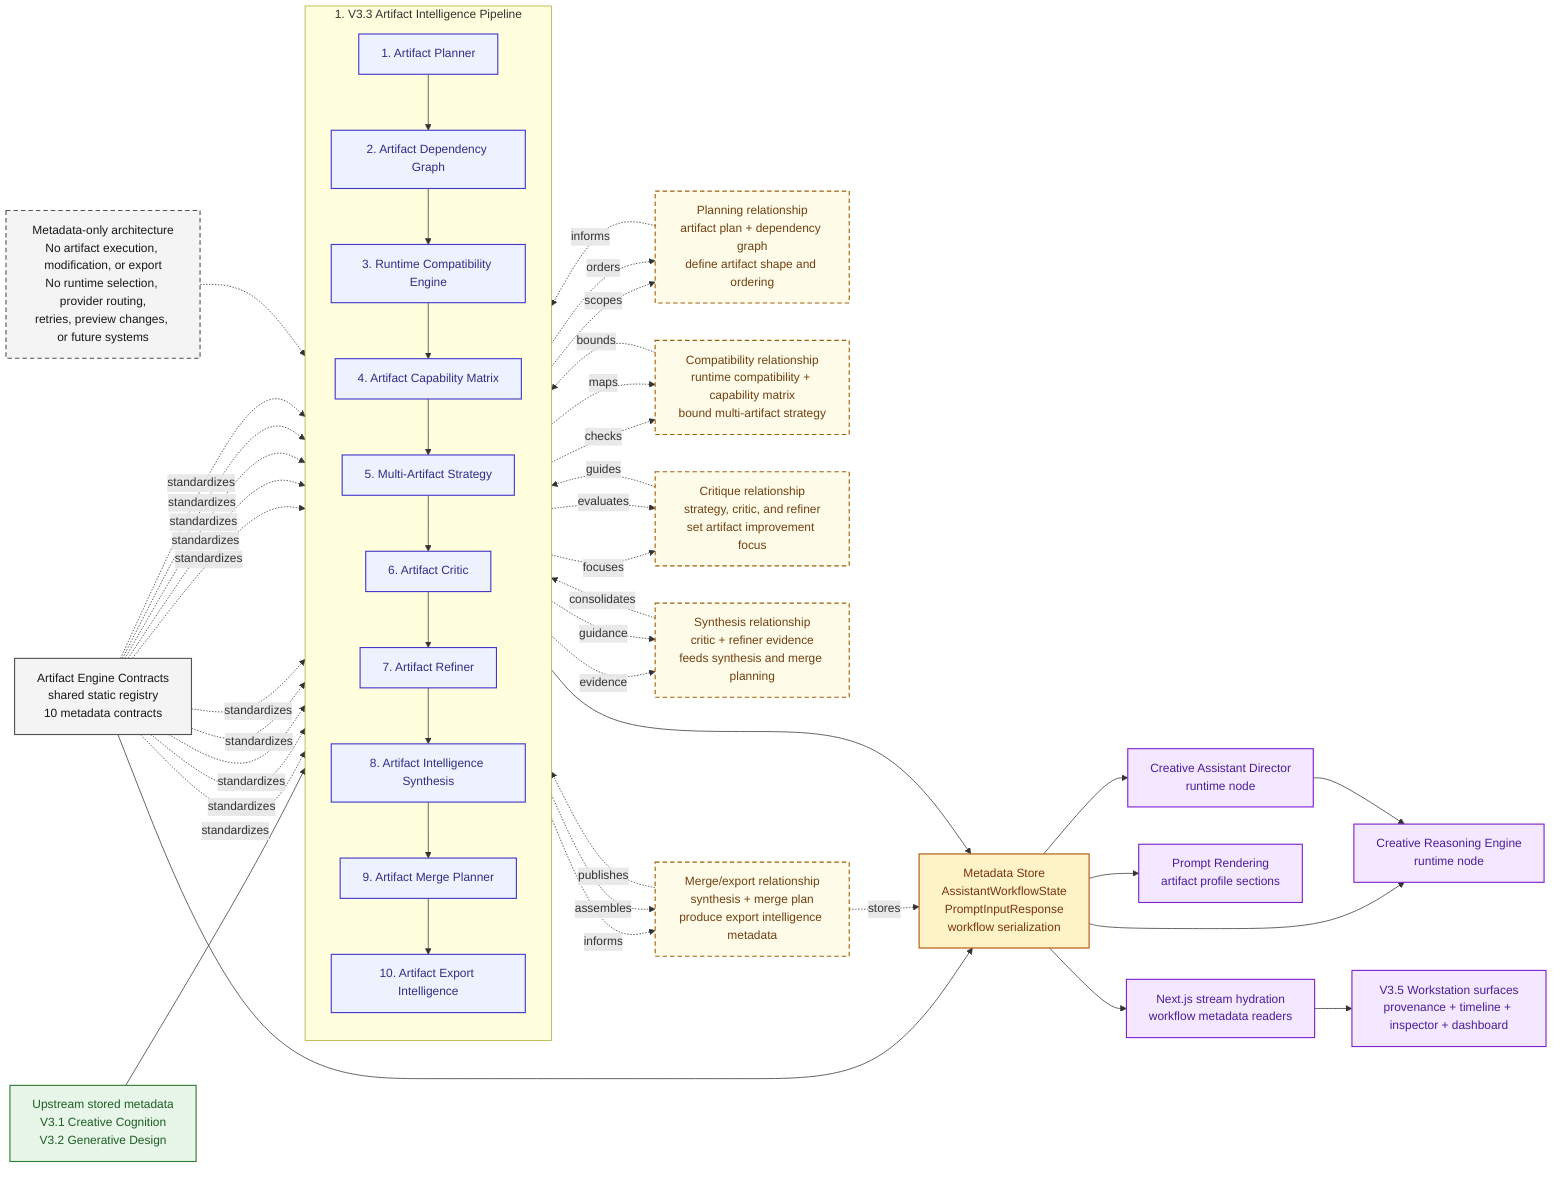
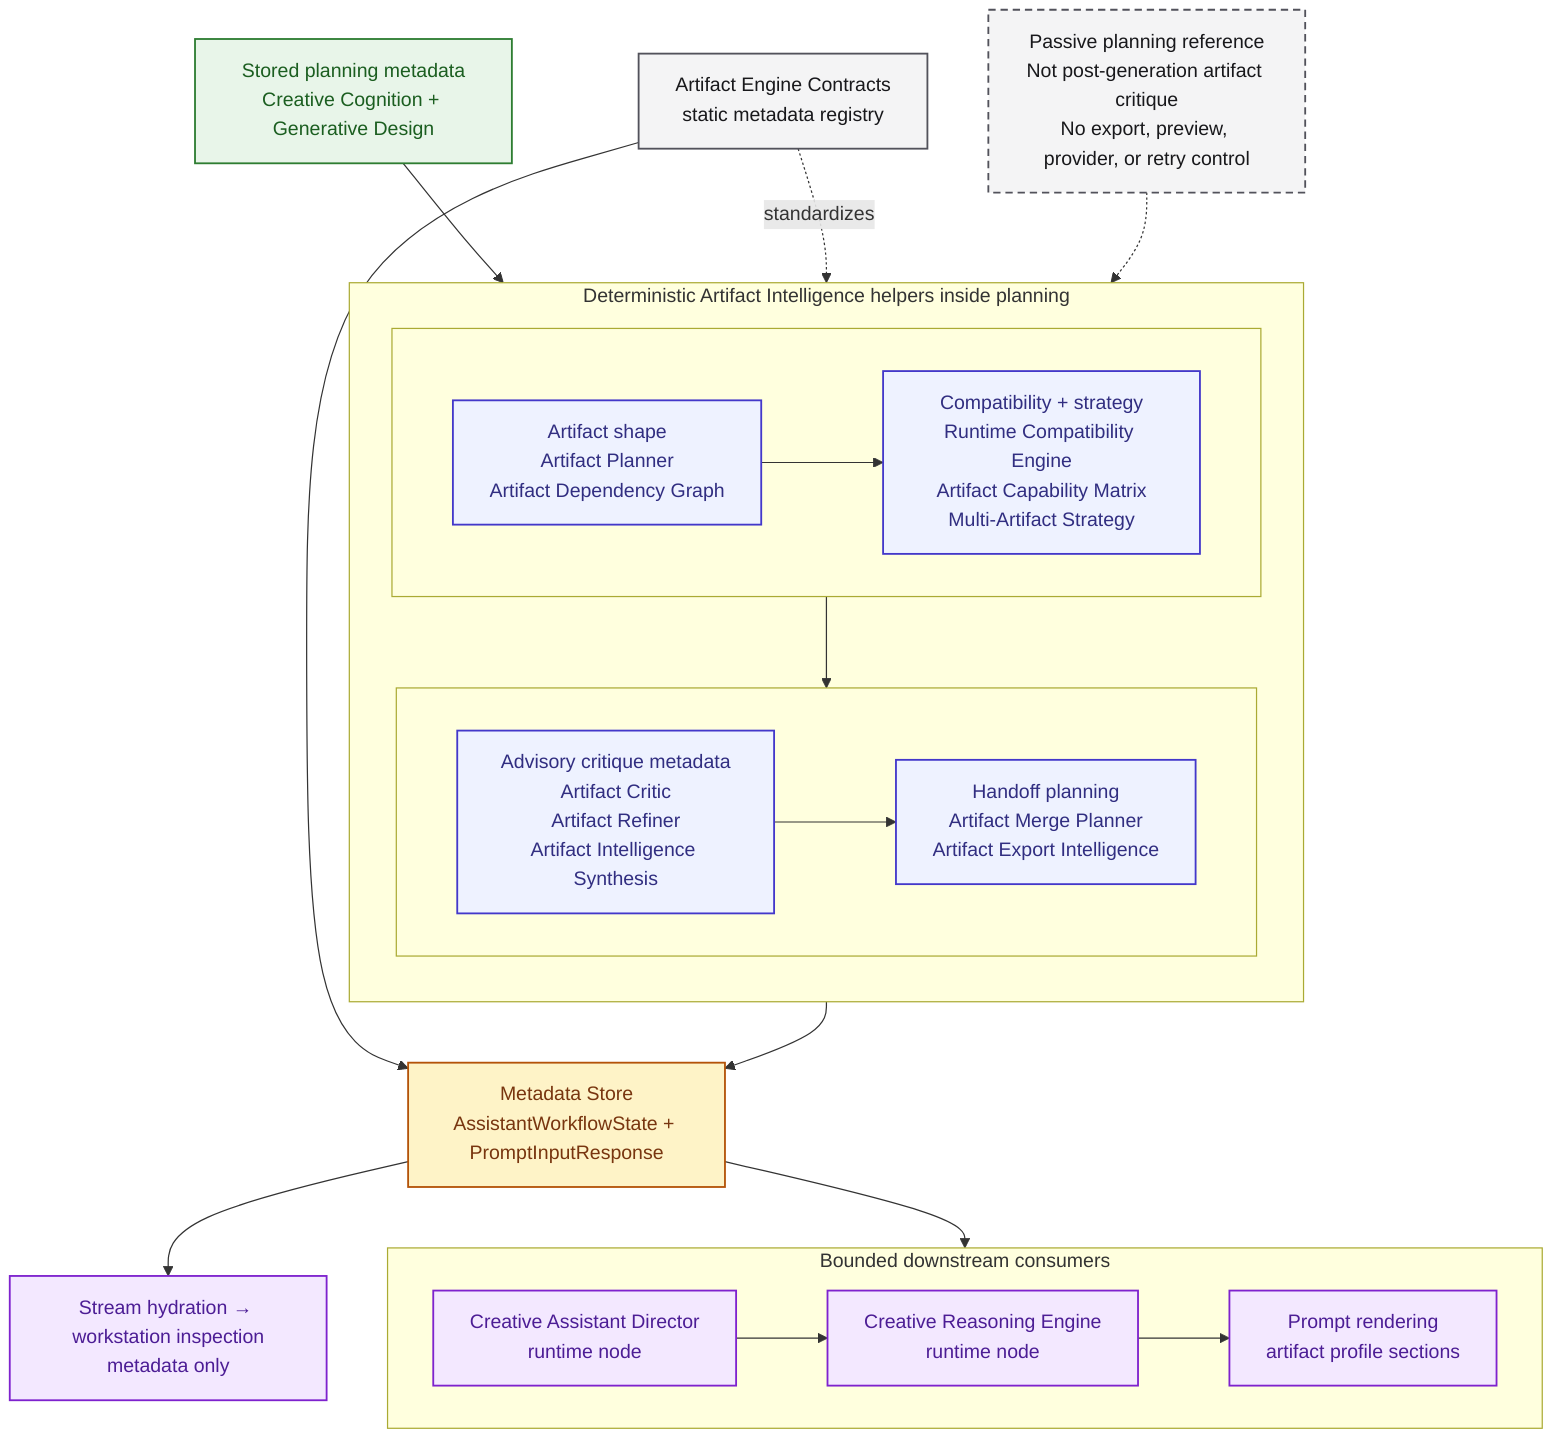
- flowchart LR
-     %% Class palette
+ flowchart TB
    classDef upstream fill:#E8F5E9,stroke:#2E7D32,color:#1B5E20,stroke-width:1.5px;
    classDef artifact fill:#EEF2FF,stroke:#4338CA,color:#312E81,stroke-width:1.5px;
    classDef contract fill:#F4F4F5,stroke:#52525B,color:#18181B,stroke-width:1.5px;
    classDef store fill:#FEF3C7,stroke:#B45309,color:#78350F,stroke-width:1.5px;
    classDef consumer fill:#F3E8FF,stroke:#7E22CE,color:#4C1D95,stroke-width:1.5px;
    classDef note fill:#F4F4F5,stroke:#52525B,color:#18181B,stroke-width:1.5px,stroke-dasharray: 6 4;
-     classDef relationship fill:#FEFCE8,stroke:#A16207,color:#713F12,stroke-width:1.5px,stroke-dasharray: 6 4;

-     upstream["Upstream stored metadata<br/>V3.1 Creative Cognition<br/>V3.2 Generative Design"]:::upstream
+     upstream["Stored planning metadata<br/>Creative Cognition + Generative Design"]:::upstream

-     %% Artifact intelligence pipeline
-     subgraph artifact_stack["1. V3.3 Artifact Intelligence Pipeline"]
+     subgraph artifact_stack["Deterministic Artifact Intelligence helpers inside planning"]
        direction TB
-         planner["1. Artifact Planner"]:::artifact
-         dependency["2. Artifact Dependency Graph"]:::artifact
-         runtime["3. Runtime Compatibility Engine"]:::artifact
-         capability["4. Artifact Capability Matrix"]:::artifact
-         strategy["5. Multi-Artifact Strategy"]:::artifact
-         critic["6. Artifact Critic"]:::artifact
-         refiner["7. Artifact Refiner"]:::artifact
-         synthesis["8. Artifact Intelligence Synthesis"]:::artifact
-         merge["9. Artifact Merge Planner"]:::artifact
-         export["10. Artifact Export Intelligence"]:::artifact
+         subgraph planning_row[" "]
+             direction LR
+             shape["Artifact shape<br/>Artifact Planner<br/>Artifact Dependency Graph"]:::artifact
+             fit["Compatibility + strategy<br/>Runtime Compatibility Engine<br/>Artifact Capability Matrix<br/>Multi-Artifact Strategy"]:::artifact
+         end
+         subgraph guidance_row[" "]
+             direction LR
+             guidance["Advisory critique metadata<br/>Artifact Critic<br/>Artifact Refiner<br/>Artifact Intelligence Synthesis"]:::artifact
+             handoff["Handoff planning<br/>Artifact Merge Planner<br/>Artifact Export Intelligence"]:::artifact
+         end
    end

-     %% Shared contracts and consumers
-     contracts["Artifact Engine Contracts<br/>shared static registry<br/>10 metadata contracts"]:::contract
-     store["Metadata Store<br/>AssistantWorkflowState<br/>PromptInputResponse<br/>workflow serialization"]:::store
-     director["Creative Assistant Director<br/>runtime node"]:::consumer
-     reasoning["Creative Reasoning Engine<br/>runtime node"]:::consumer
-     prompt_rendering["Prompt Rendering<br/>artifact profile sections"]:::consumer
-     stream["Next.js stream hydration<br/>workflow metadata readers"]:::consumer
-     workstation["V3.5 Workstation surfaces<br/>provenance + timeline + inspector + dashboard"]:::consumer
-     note["Metadata-only architecture<br/>No artifact execution, modification, or export<br/>No runtime selection, provider routing,<br/>retries, preview changes, or future systems"]:::note
-     planning_boundary["Planning relationship<br/>artifact plan + dependency graph<br/>define artifact shape and ordering"]:::relationship
-     compatibility_boundary["Compatibility relationship<br/>runtime compatibility + capability matrix<br/>bound multi-artifact strategy"]:::relationship
-     critique_boundary["Critique relationship<br/>strategy, critic, and refiner<br/>set artifact improvement focus"]:::relationship
-     synthesis_boundary["Synthesis relationship<br/>critic + refiner evidence<br/>feeds synthesis and merge planning"]:::relationship
-     export_boundary["Merge/export relationship<br/>synthesis + merge plan<br/>produce export intelligence metadata"]:::relationship
+     contracts["Artifact Engine Contracts<br/>static metadata registry"]:::contract
+     store["Metadata Store<br/>AssistantWorkflowState + PromptInputResponse"]:::store

-     %% Pipeline order
-     upstream --> planner --> dependency --> runtime --> capability --> strategy --> critic --> refiner --> synthesis --> merge --> export
+     subgraph consumers["Bounded downstream consumers"]
+         direction LR
+         director["Creative Assistant Director<br/>runtime node"]:::consumer
+         reasoning["Creative Reasoning Engine<br/>runtime node"]:::consumer
+         prompt_rendering["Prompt rendering<br/>artifact profile sections"]:::consumer
+     end

-     %% Contract coverage
-     contracts -. standardizes .-> planner
-     contracts -. standardizes .-> dependency
-     contracts -. standardizes .-> runtime
-     contracts -. standardizes .-> capability
-     contracts -. standardizes .-> strategy
-     contracts -. standardizes .-> critic
-     contracts -. standardizes .-> refiner
-     contracts -. standardizes .-> synthesis
-     contracts -. standardizes .-> merge
-     contracts -. standardizes .-> export
+     workstation["Stream hydration → workstation inspection<br/>metadata only"]:::consumer
+     note["Passive planning reference<br/>Not post-generation artifact critique<br/>No export, preview, provider, or retry control"]:::note

-     %% Metadata consumers
-     export --> store
+     upstream --> shape --> fit --> guidance --> handoff --> store
+     contracts -. standardizes .-> artifact_stack
    contracts --> store
-     store --> director
-     store --> reasoning
-     store --> prompt_rendering
-     store --> stream
-     stream --> workstation
-     director --> reasoning
+     store --> director --> reasoning --> prompt_rendering
+     store --> workstation
    note -.-> artifact_stack
- 
-     %% Relationship annotations
-     planner -. scopes .-> planning_boundary
-     dependency -. orders .-> planning_boundary
-     planning_boundary -. informs .-> runtime
-     runtime -. checks .-> compatibility_boundary
-     capability -. maps .-> compatibility_boundary
-     compatibility_boundary -. bounds .-> strategy
-     strategy -. focuses .-> critique_boundary
-     critic -. evaluates .-> critique_boundary
-     critique_boundary -. guides .-> refiner
-     critic -. evidence .-> synthesis_boundary
-     refiner -. guidance .-> synthesis_boundary
-     synthesis_boundary -. consolidates .-> synthesis
-     synthesis -. informs .-> export_boundary
-     merge -. assembles .-> export_boundary
-     export_boundary -. publishes .-> export
-     export_boundary -. stores .-> store
